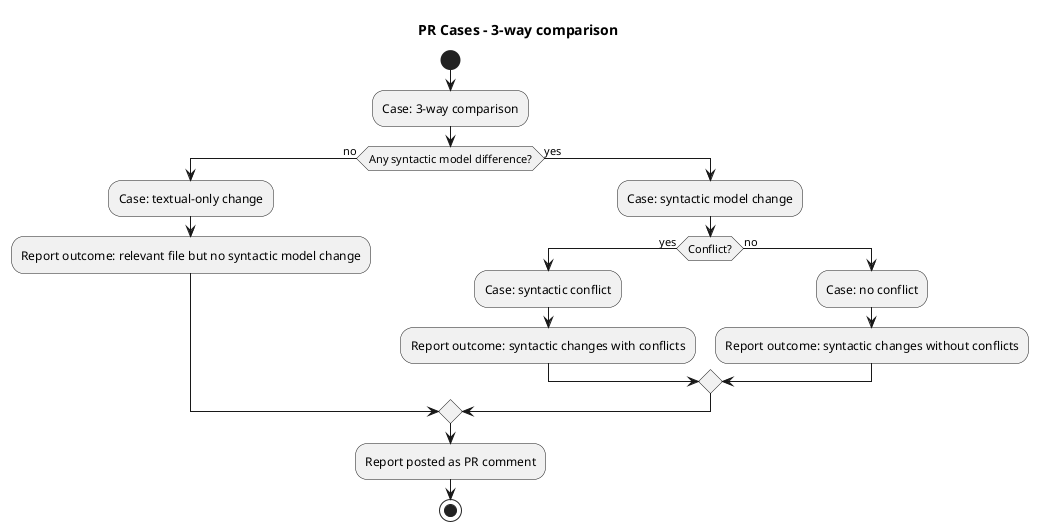
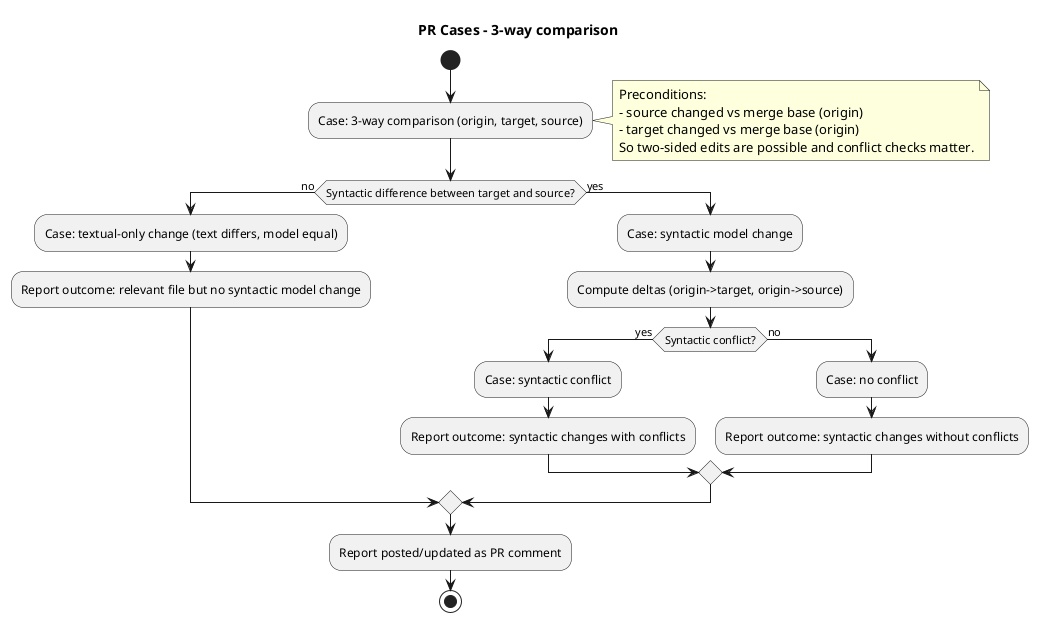
@startuml 3-way-comparison
title PR Cases - 3-way comparison

start

- :Case: 3-way comparison;
- ' :Both source and target changed; potential conflicts;
+ :Case: 3-way comparison (origin, target, source);
+ note right
+   Preconditions:
+   - source changed vs merge base (origin)
+   - target changed vs merge base (origin)
+   So two-sided edits are possible and conflict checks matter.
+ end note

- if (Any syntactic model difference?) then (no)
-   :Case: textual-only change;
+ if (Syntactic difference between target and source?) then (no)
+   :Case: textual-only change (text differs, model equal);
  :Report outcome: relevant file but no syntactic model change;
else (yes)
  :Case: syntactic model change;

-   if (Conflict?) then (yes)
+   :Compute deltas (origin->target, origin->source);
+   if (Syntactic conflict?) then (yes)
    :Case: syntactic conflict;
    :Report outcome: syntactic changes with conflicts;
  else (no)
    :Case: no conflict;
    :Report outcome: syntactic changes without conflicts;
  endif
endif

- :Report posted as PR comment;
+ :Report posted/updated as PR comment;

stop
- @enduml+ @enduml
